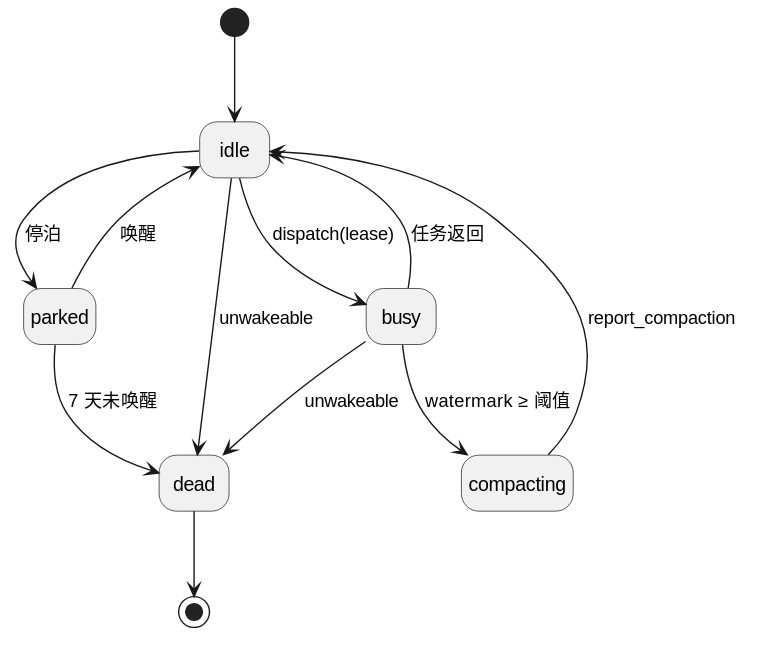
raitpor/dsh-software-dev-office keeps this PlantUML diagram as design/diagrams/uml-state-agent.svg. Above is the earlier version. Source of this version:
```plantuml
@startuml
hide empty description
[*] --> idle
idle --> busy : dispatch(lease)
busy --> idle : 任务返回
busy --> compacting : watermark ≥ 阈值
compacting --> idle : report_compaction
idle --> parked : 停泊
parked --> idle : 唤醒
parked --> dead : 7 天未唤醒
busy --> dead : unwakeable
idle --> dead : unwakeable
dead --> [*]
@enduml
```
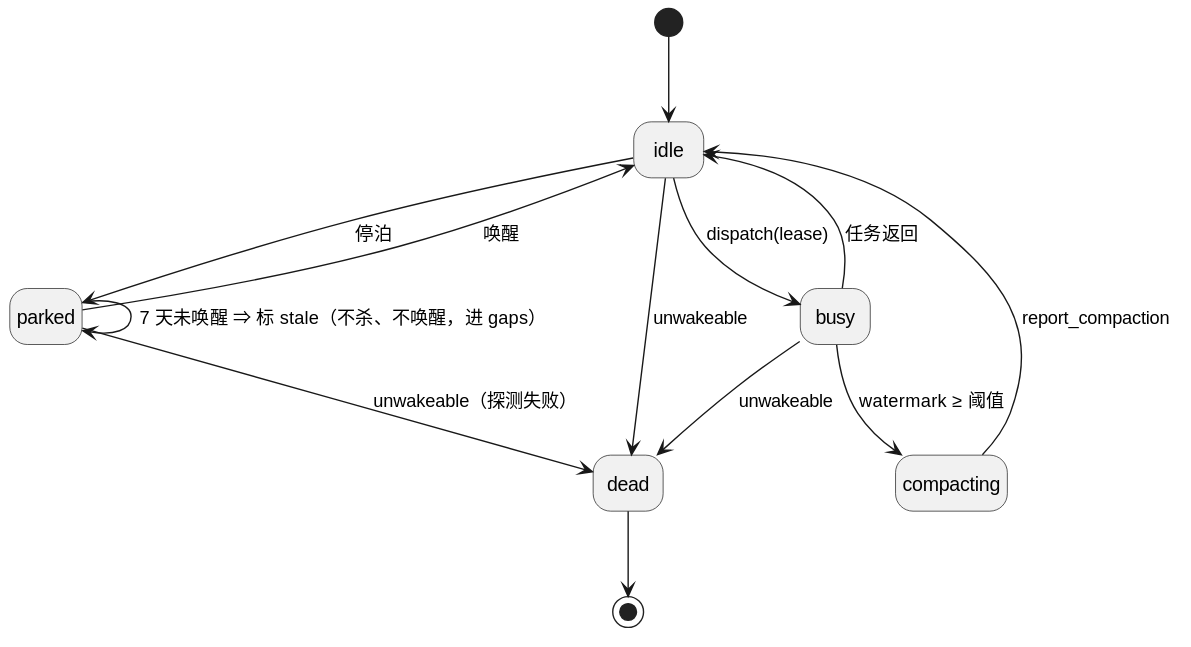
Above is the later version.

Diff of the diagram source:
```diff
@@ -7,8 +7,9 @@
 compacting --> idle : report_compaction
 idle --> parked : 停泊
 parked --> idle : 唤醒
-parked --> dead : 7 天未唤醒
+parked --> parked : 7 天未唤醒 ⇒ 标 stale（不杀、不唤醒，进 gaps）
 busy --> dead : unwakeable
 idle --> dead : unwakeable
+parked --> dead : unwakeable（探测失败）
 dead --> [*]
 @enduml
```
